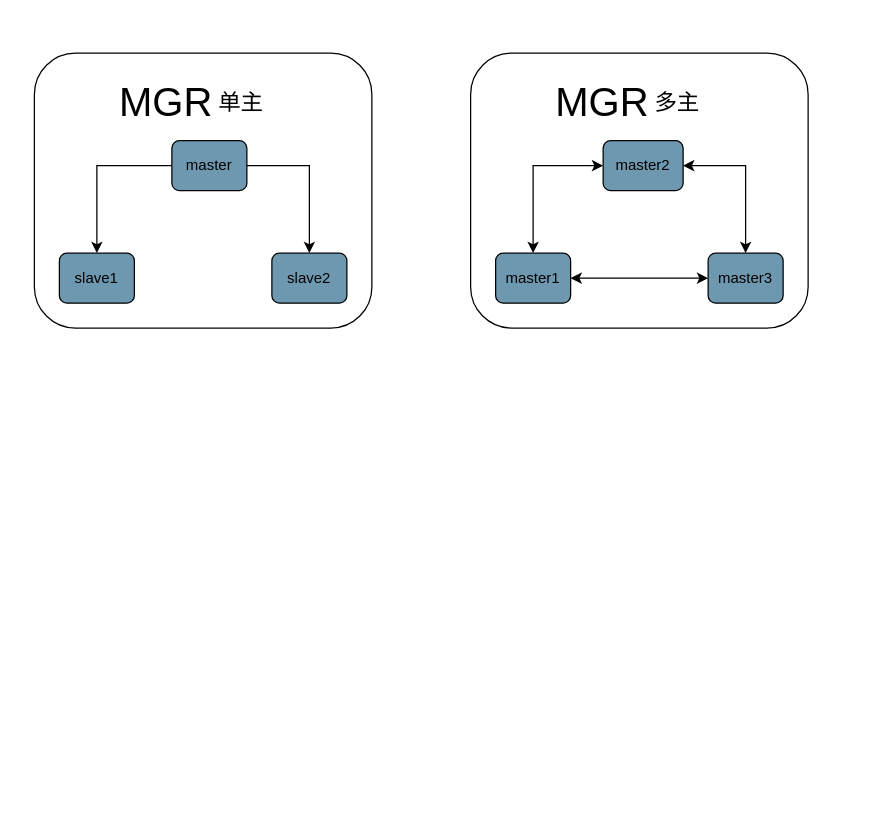
maopashui/drawio keeps this draw.io diagram as page "MGR" (2 of 4) of dbscan/dbscan.drawio. Above is the earlier version. Source tidied: cells renumbered, new cells numbered last; positions are measured from the earlier drawing's top-left corner, leaving out a move shared by most shapes. Both pictures are drawn from the tidied source at 125%, with x=0, y=0 at pixel (34, 28).
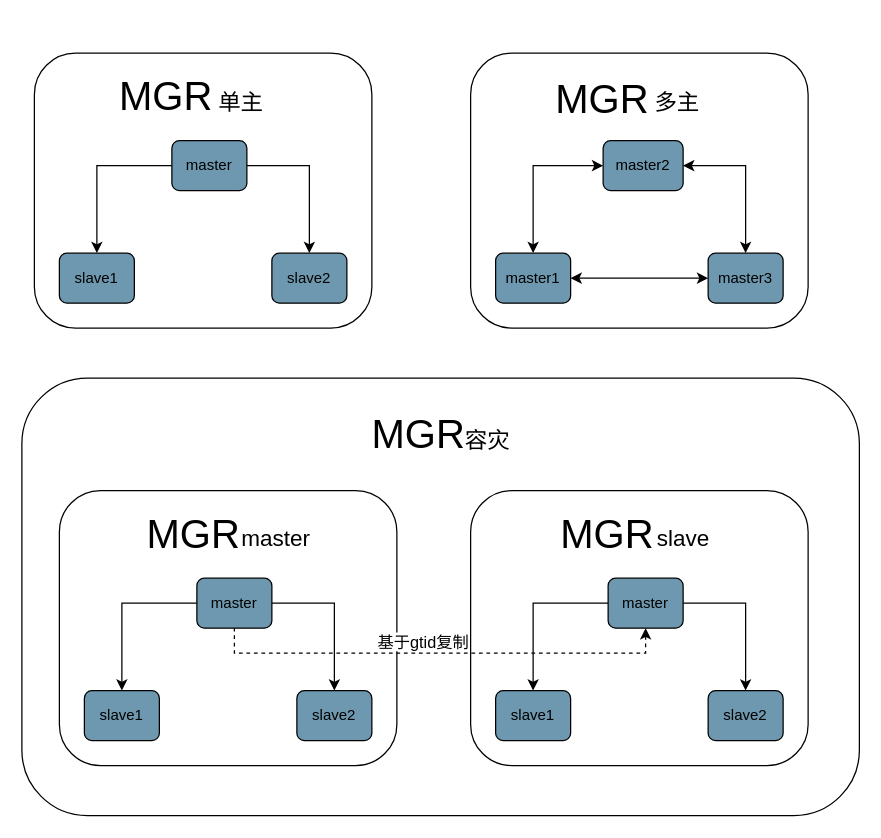
After the change.

The edit, as a diff of the source:
```diff
@@
     <mxCell id="8" value="&lt;p style=&quot;font-size: 32px;&quot;&gt;MGR&lt;/p&gt;" style="text;html=1;align=center;verticalAlign=middle;rounded=0;glass=0;fillStyle=auto;rotation=0;fontSize=32;" parent="1" vertex="1">
-      <mxGeometry x="55" width="100" height="120" as="geometry" />
+      <mxGeometry x="55" y="-5" width="100" height="120" as="geometry" />
     </mxCell>
@@
     <mxCell id="17" value="&lt;p style=&quot;font-size: 32px;&quot;&gt;MGR&lt;/p&gt;" style="text;html=1;align=center;verticalAlign=middle;rounded=0;glass=0;fillStyle=auto;rotation=0;fontSize=32;" parent="1" vertex="1">
-      <mxGeometry x="404" width="100" height="120" as="geometry" />
+      <mxGeometry x="404" y="-3" width="100" height="120" as="geometry" />
     </mxCell>
@@
+    <mxCell id="19" style="rounded=1;whiteSpace=wrap;html=1;glass=0;fillStyle=auto;fontFamily=Helvetica;fontSize=18;fillColor=none;gradientColor=none;" parent="1" vertex="1">
+      <mxGeometry x="-10" y="280" width="670" height="350" as="geometry" />
+    </mxCell>
+    <mxCell id="20" value="&lt;font style=&quot;&quot;&gt;MGR&lt;span style=&quot;font-size: 18px;&quot;&gt;容灾&lt;/span&gt;&lt;/font&gt;" style="text;html=1;align=center;verticalAlign=middle;fillColor=none;strokeColor=none;rounded=0;glass=0;dashed=1;dashPattern=1 1;fillStyle=auto;fontFamily=Helvetica;fontSize=32;" parent="1" vertex="1">
+      <mxGeometry x="260" y="300" width="130" height="50" as="geometry" />
+    </mxCell>
+    <mxCell id="21" style="rounded=1;whiteSpace=wrap;html=1;glass=0;fillColor=none;fillStyle=auto;gradientColor=none;" parent="1" vertex="1">
+      <mxGeometry x="20" y="370" width="270" height="220" as="geometry" />
+    </mxCell>
+    <mxCell id="22" value="slave1" style="rounded=1;whiteSpace=wrap;html=1;glass=0;fillColor=#6E98AF;" parent="1" vertex="1">
+      <mxGeometry x="40" y="530" width="60" height="40" as="geometry" />
+    </mxCell>
+    <mxCell id="23" value="slave2" style="rounded=1;whiteSpace=wrap;html=1;glass=0;fillColor=#6E98AF;" parent="1" vertex="1">
+      <mxGeometry x="210" y="530" width="60" height="40" as="geometry" />
+    </mxCell>
+    <mxCell id="24" style="edgeStyle=orthogonalEdgeStyle;rounded=0;jettySize=auto;html=1;fontFamily=Helvetica;fontSize=32;" parent="1" edge="1" source="26" target="22">
+      <mxGeometry relative="1" as="geometry" />
+    </mxCell>
+    <mxCell id="25" style="edgeStyle=orthogonalEdgeStyle;rounded=0;jettySize=auto;html=1;entryX=0.5;entryY=0;entryDx=0;entryDy=0;fontFamily=Helvetica;fontSize=32;" parent="1" edge="1" source="26" target="23">
+      <mxGeometry relative="1" as="geometry" />
+    </mxCell>
+    <mxCell id="26" value="master" style="rounded=1;whiteSpace=wrap;html=1;glass=0;fillColor=#6E98AF;" parent="1" vertex="1">
+      <mxGeometry x="130" y="440" width="60" height="40" as="geometry" />
+    </mxCell>
+    <mxCell id="27" style="rounded=1;whiteSpace=wrap;html=1;glass=0;fillColor=none;fillStyle=auto;gradientColor=none;" parent="1" vertex="1">
+      <mxGeometry x="349" y="370" width="270" height="220" as="geometry" />
+    </mxCell>
+    <mxCell id="28" value="slave1" style="rounded=1;whiteSpace=wrap;html=1;glass=0;fillColor=#6E98AF;" parent="1" vertex="1">
+      <mxGeometry x="369" y="530" width="60" height="40" as="geometry" />
+    </mxCell>
+    <mxCell id="29" value="slave2" style="rounded=1;whiteSpace=wrap;html=1;glass=0;fillColor=#6E98AF;" parent="1" vertex="1">
+      <mxGeometry x="539" y="530" width="60" height="40" as="geometry" />
+    </mxCell>
+    <mxCell id="30" style="edgeStyle=orthogonalEdgeStyle;rounded=0;jettySize=auto;html=1;fontFamily=Helvetica;fontSize=32;" parent="1" edge="1" source="34" target="28">
+      <mxGeometry relative="1" as="geometry" />
+    </mxCell>
+    <mxCell id="31" style="edgeStyle=orthogonalEdgeStyle;rounded=0;jettySize=auto;html=1;entryX=0.5;entryY=0;entryDx=0;entryDy=0;fontFamily=Helvetica;fontSize=32;" parent="1" edge="1" source="34" target="29">
+      <mxGeometry relative="1" as="geometry" />
+    </mxCell>
+    <mxCell id="32" style="edgeStyle=orthogonalEdgeStyle;rounded=0;jettySize=auto;html=1;entryX=0.5;entryY=1;entryDx=0;entryDy=0;dashed=1;fontFamily=Helvetica;fontSize=18;startArrow=classic;startFill=1;endArrow=none;endFill=0;" parent="1" edge="1" source="34" target="26">
+      <mxGeometry relative="1" as="geometry">
+        <Array as="points">
+          <mxPoint x="489" y="500" />
+          <mxPoint x="160" y="500" />
+        </Array>
+      </mxGeometry>
+    </mxCell>
+    <mxCell id="33" value="基于gtid复制" style="edgeLabel;html=1;align=center;verticalAlign=middle;fontSize=13;fontFamily=Helvetica;" parent="32" vertex="1">
+      <mxGeometry x="0.1" y="1" relative="1" as="geometry">
+        <mxPoint x="4" y="-11" as="offset" />
+      </mxGeometry>
+    </mxCell>
+    <mxCell id="34" value="master" style="rounded=1;whiteSpace=wrap;html=1;glass=0;fillColor=#6E98AF;" parent="1" vertex="1">
+      <mxGeometry x="459" y="440" width="60" height="40" as="geometry" />
+    </mxCell>
+    <mxCell id="35" value="&lt;p style=&quot;font-size: 32px;&quot;&gt;MGR&lt;/p&gt;" style="text;html=1;align=center;verticalAlign=middle;rounded=0;glass=0;fillStyle=auto;rotation=0;fontSize=32;" parent="1" vertex="1">
+      <mxGeometry x="77" y="345" width="100" height="120" as="geometry" />
+    </mxCell>
+    <mxCell id="36" value="master" style="text;html=1;align=center;verticalAlign=middle;fillColor=none;strokeColor=none;rounded=0;glass=0;fillStyle=auto;fontFamily=Helvetica;fontSize=18;" parent="1" vertex="1">
+      <mxGeometry x="153" y="394" width="80" height="30" as="geometry" />
+    </mxCell>
+    <mxCell id="37" value="&lt;p style=&quot;font-size: 32px;&quot;&gt;MGR&lt;/p&gt;" style="text;html=1;align=center;verticalAlign=middle;rounded=0;glass=0;fillStyle=auto;rotation=0;fontSize=32;" parent="1" vertex="1">
+      <mxGeometry x="408" y="345" width="100" height="120" as="geometry" />
+    </mxCell>
+    <mxCell id="38" value="slave" style="text;html=1;align=center;verticalAlign=middle;fillColor=none;strokeColor=none;rounded=0;glass=0;fillStyle=auto;fontFamily=Helvetica;fontSize=18;" parent="1" vertex="1">
+      <mxGeometry x="484" y="394" width="70" height="30" as="geometry" />
+    </mxCell>
```
